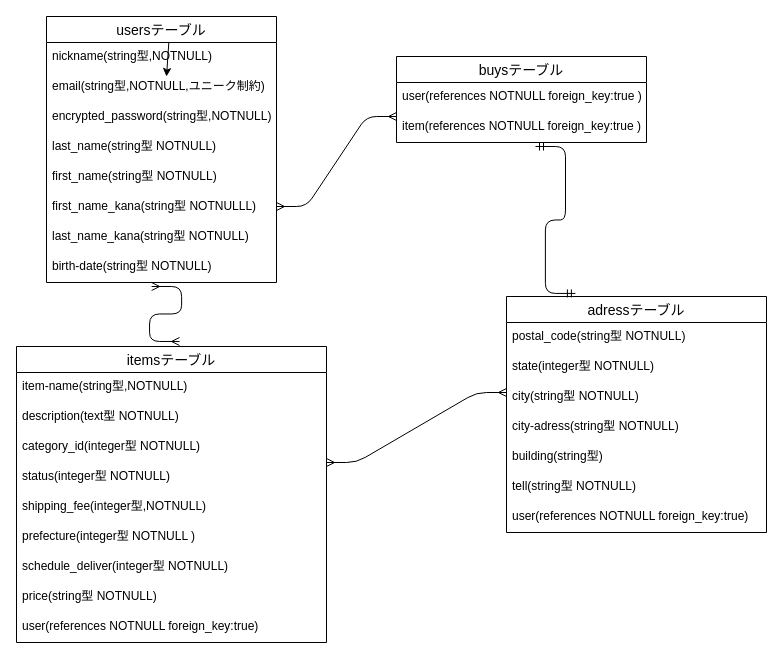
Earlier version of the draw.io diagram read me.dio (mintia0743/furima-40376). Source tidied: cells renumbered, new cells numbered last; positions are measured from the earlier drawing's top-left corner, leaving out a move shared by most shapes. Both pictures are drawn from the tidied source at 100%, with x=0, y=0 at pixel (16, 16).
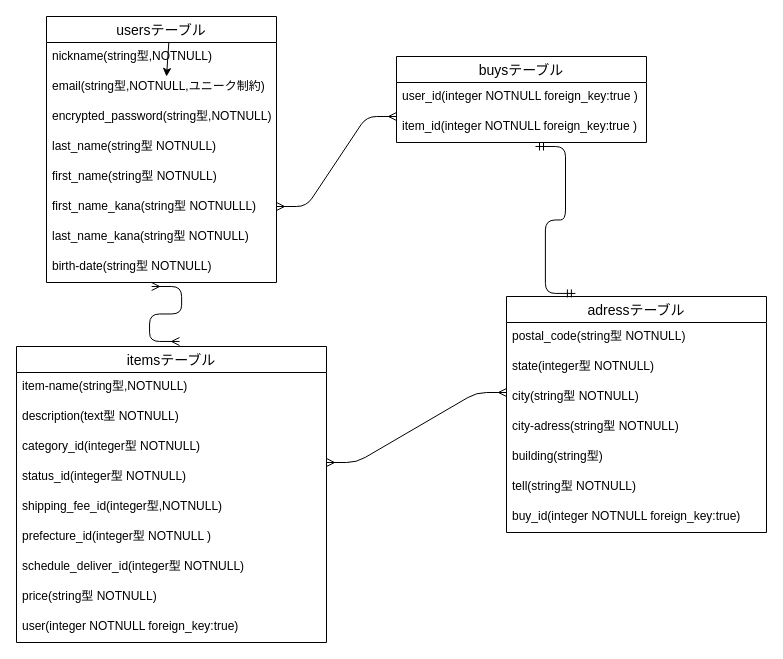
Above is the later version.

Unchanged cells that the change refers to:
```xml
<mxCell id="12" value="adressテーブル" style="swimlane;fontStyle=0;horizontal=1;startSize=26;align=center;fontSize=14;" parent="1" vertex="1">
  <mxGeometry x="490" y="280" width="260" height="236" as="geometry" />
</mxCell>
<mxCell id="20" value="itemsテーブル" style="swimlane;fontStyle=0;horizontal=1;startSize=26;align=center;fontSize=14;" parent="1" vertex="1">
  <mxGeometry y="330" width="310" height="296" as="geometry" />
</mxCell>
<mxCell id="30" value="buysテーブル" style="swimlane;fontStyle=0;horizontal=1;startSize=26;align=center;fontSize=14;" parent="1" vertex="1">
  <mxGeometry x="380" y="40" width="250" height="86" as="geometry" />
</mxCell>
```

Change to the diagram source:
```diff
@@
-    <mxCell id="19" value="user(references NOTNULL foreign_key:true)" style="text;strokeColor=none;fillColor=none;spacingLeft=4;spacingRight=4;overflow=hidden;fontSize=12;" parent="12" vertex="1">
+    <mxCell id="19" value="buy_id(integer NOTNULL foreign_key:true)" style="text;strokeColor=none;fillColor=none;spacingLeft=4;spacingRight=4;overflow=hidden;fontSize=12;" parent="12" vertex="1">
       <mxGeometry y="206" width="260" height="30" as="geometry" />
     </mxCell>
@@
-    <mxCell id="24" value="status(integer型 NOTNULL)" style="text;strokeColor=none;fillColor=none;spacingLeft=4;spacingRight=4;overflow=hidden;fontSize=12;" parent="20" vertex="1">
+    <mxCell id="24" value="status_id(integer型 NOTNULL)" style="text;strokeColor=none;fillColor=none;spacingLeft=4;spacingRight=4;overflow=hidden;fontSize=12;" parent="20" vertex="1">
       <mxGeometry y="116" width="310" height="30" as="geometry" />
     </mxCell>
-    <mxCell id="25" value="shipping_fee(integer型,NOTNULL)" style="text;strokeColor=none;fillColor=none;spacingLeft=4;spacingRight=4;overflow=hidden;fontSize=12;" parent="20" vertex="1">
+    <mxCell id="25" value="shipping_fee_id(integer型,NOTNULL)" style="text;strokeColor=none;fillColor=none;spacingLeft=4;spacingRight=4;overflow=hidden;fontSize=12;" parent="20" vertex="1">
       <mxGeometry y="146" width="310" height="30" as="geometry" />
     </mxCell>
-    <mxCell id="26" value="prefecture(integer型 NOTNULL )" style="text;strokeColor=none;fillColor=none;spacingLeft=4;spacingRight=4;overflow=hidden;fontSize=12;" parent="20" vertex="1">
+    <mxCell id="26" value="prefecture_id(integer型 NOTNULL )" style="text;strokeColor=none;fillColor=none;spacingLeft=4;spacingRight=4;overflow=hidden;fontSize=12;" parent="20" vertex="1">
       <mxGeometry y="176" width="310" height="30" as="geometry" />
     </mxCell>
-    <mxCell id="27" value="schedule_deliver(integer型 NOTNULL)" style="text;strokeColor=none;fillColor=none;spacingLeft=4;spacingRight=4;overflow=hidden;fontSize=12;" parent="20" vertex="1">
+    <mxCell id="27" value="schedule_deliver_id(integer型 NOTNULL)" style="text;strokeColor=none;fillColor=none;spacingLeft=4;spacingRight=4;overflow=hidden;fontSize=12;" parent="20" vertex="1">
       <mxGeometry y="206" width="310" height="30" as="geometry" />
     </mxCell>
@@
-    <mxCell id="29" value="user(references NOTNULL foreign_key:true)" style="text;strokeColor=none;fillColor=none;spacingLeft=4;spacingRight=4;overflow=hidden;fontSize=12;" parent="20" vertex="1">
+    <mxCell id="29" value="user(integer NOTNULL foreign_key:true)" style="text;strokeColor=none;fillColor=none;spacingLeft=4;spacingRight=4;overflow=hidden;fontSize=12;" parent="20" vertex="1">
       <mxGeometry y="266" width="310" height="30" as="geometry" />
     </mxCell>
@@
-    <mxCell id="31" value="user(references NOTNULL foreign_key:true )" style="text;strokeColor=none;fillColor=none;spacingLeft=4;spacingRight=4;overflow=hidden;fontSize=12;" parent="30" vertex="1">
+    <mxCell id="31" value="user_id(integer NOTNULL foreign_key:true )" style="text;strokeColor=none;fillColor=none;spacingLeft=4;spacingRight=4;overflow=hidden;fontSize=12;" parent="30" vertex="1">
       <mxGeometry y="26" width="250" height="30" as="geometry" />
     </mxCell>
-    <mxCell id="32" value="item(references NOTNULL foreign_key:true )" style="text;strokeColor=none;fillColor=none;spacingLeft=4;spacingRight=4;overflow=hidden;points=[[0,0.5],[1,0.5]];portConstraint=eastwest;fontSize=12;" parent="30" vertex="1">
+    <mxCell id="32" value="item_id(integer NOTNULL foreign_key:true )" style="text;strokeColor=none;fillColor=none;spacingLeft=4;spacingRight=4;overflow=hidden;points=[[0,0.5],[1,0.5]];portConstraint=eastwest;fontSize=12;" parent="30" vertex="1">
       <mxGeometry y="56" width="250" height="30" as="geometry" />
     </mxCell>
```
